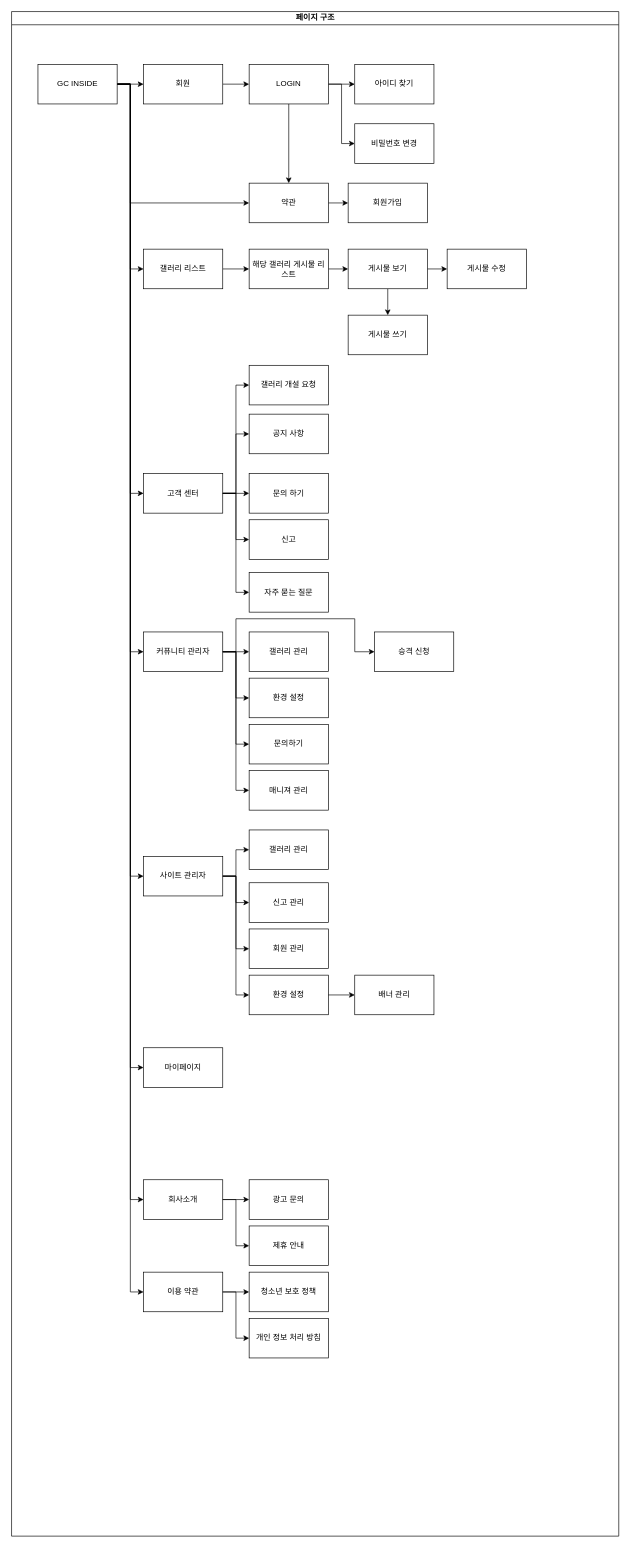
Above: basic_IA.drawio in hochmun/3th_team_project (draw.io), before the change. Source tidied: cells renumbered, new cells numbered last; positions are measured from the earlier drawing's top-left corner, leaving out a move shared by most shapes. Both pictures are drawn from the tidied source at 66%, with x=0, y=0 at pixel (11, 11).
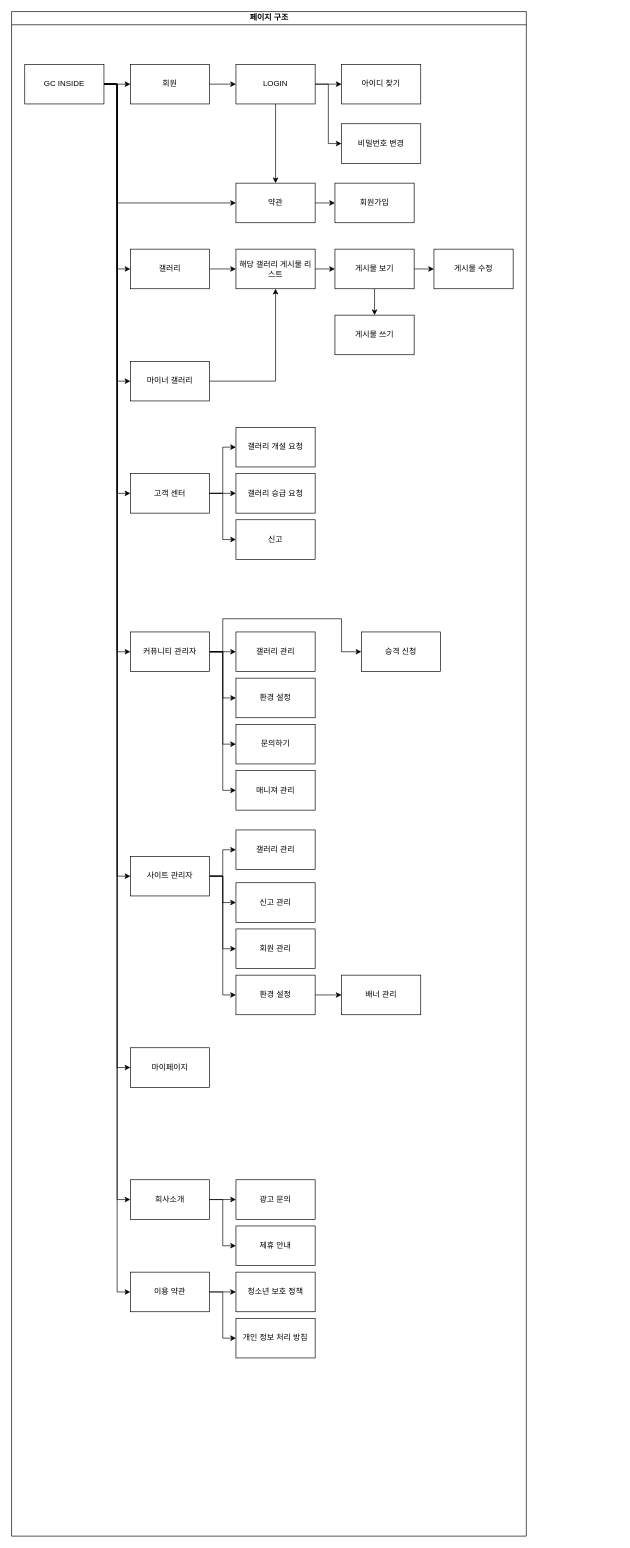
The same diagram, later.

What changed in the source:
```diff
@@
     <mxCell id="2" value="페이지 구조" style="swimlane;html=1;startSize=20;horizontal=1;containerType=tree;glass=0;fillStyle=auto;labelBackgroundColor=#FFFFFF;fontColor=default;labelBorderColor=none;rounded=0;" parent="1" vertex="1">
-      <mxGeometry width="920" height="2310" as="geometry" />
+      <mxGeometry width="780" height="2310" as="geometry" />
     </mxCell>
@@
     <mxCell id="4" style="edgeStyle=orthogonalEdgeStyle;rounded=0;jettySize=auto;html=1;exitX=1;exitY=0.5;exitDx=0;exitDy=0;entryX=0;entryY=0.5;entryDx=0;entryDy=0;" parent="2" edge="1" source="11" target="19">
       <mxGeometry relative="1" as="geometry">
         <Array as="points">
-          <mxPoint x="180" y="110" />
-          <mxPoint x="180" y="290" />
+          <mxPoint x="160" y="110" />
+          <mxPoint x="160" y="290" />
         </Array>
       </mxGeometry>
     </mxCell>
@@
     <mxCell id="6" style="edgeStyle=orthogonalEdgeStyle;rounded=0;jettySize=auto;html=1;exitX=1;exitY=0.5;exitDx=0;exitDy=0;entryX=0;entryY=0.5;entryDx=0;entryDy=0;" parent="2" edge="1" source="11" target="34">
       <mxGeometry relative="1" as="geometry">
         <Array as="points">
-          <mxPoint x="180" y="110" />
-          <mxPoint x="180" y="730" />
+          <mxPoint x="160" y="110" />
+          <mxPoint x="160" y="730" />
         </Array>
       </mxGeometry>
     </mxCell>
     <mxCell id="7" style="edgeStyle=orthogonalEdgeStyle;rounded=0;jettySize=auto;html=1;exitX=1;exitY=0.5;exitDx=0;exitDy=0;entryX=0;entryY=0.5;entryDx=0;entryDy=0;" parent="2" edge="1" source="11" target="32">
       <mxGeometry relative="1" as="geometry">
         <Array as="points">
-          <mxPoint x="180" y="110" />
-          <mxPoint x="180" y="1800" />
+          <mxPoint x="160" y="110" />
+          <mxPoint x="160" y="1800" />
         </Array>
       </mxGeometry>
     </mxCell>
     <mxCell id="8" style="edgeStyle=orthogonalEdgeStyle;rounded=0;jettySize=auto;html=1;exitX=1;exitY=0.5;exitDx=0;exitDy=0;entryX=0;entryY=0.5;entryDx=0;entryDy=0;" parent="2" edge="1" source="11" target="35">
       <mxGeometry relative="1" as="geometry">
         <Array as="points">
-          <mxPoint x="180" y="110" />
-          <mxPoint x="180" y="1940" />
+          <mxPoint x="160" y="110" />
+          <mxPoint x="160" y="1940" />
         </Array>
       </mxGeometry>
     </mxCell>
     <mxCell id="9" style="edgeStyle=orthogonalEdgeStyle;rounded=0;jettySize=auto;html=1;exitX=1;exitY=0.5;exitDx=0;exitDy=0;entryX=0;entryY=0.5;entryDx=0;entryDy=0;" parent="2" edge="1" source="11" target="42">
       <mxGeometry relative="1" as="geometry">
         <Array as="points">
-          <mxPoint x="180" y="110" />
-          <mxPoint x="180" y="970" />
+          <mxPoint x="160" y="110" />
+          <mxPoint x="160" y="970" />
         </Array>
       </mxGeometry>
     </mxCell>
     <mxCell id="10" style="edgeStyle=orthogonalEdgeStyle;rounded=0;jettySize=auto;html=1;exitX=1;exitY=0.5;exitDx=0;exitDy=0;entryX=0;entryY=0.5;entryDx=0;entryDy=0;" parent="2" edge="1" source="11" target="45">
       <mxGeometry relative="1" as="geometry">
         <Array as="points">
-          <mxPoint x="180" y="110" />
-          <mxPoint x="180" y="1310" />
+          <mxPoint x="160" y="110" />
+          <mxPoint x="160" y="1310" />
         </Array>
       </mxGeometry>
     </mxCell>
+    <mxCell id="77" style="edgeStyle=orthogonalEdgeStyle;rounded=0;jettySize=auto;html=1;exitX=1;exitY=0.5;exitDx=0;exitDy=0;entryX=0;entryY=0.5;entryDx=0;entryDy=0;" parent="2" edge="1" source="11" target="81">
+      <mxGeometry relative="1" as="geometry" />
+    </mxCell>
     <mxCell id="11" value="GC INSIDE" style="rounded=0;whiteSpace=wrap;html=1;" parent="2" vertex="1">
-      <mxGeometry x="40" y="80" width="120" height="60" as="geometry" />
+      <mxGeometry x="20" y="80" width="120" height="60" as="geometry" />
     </mxCell>
@@
     <mxCell id="13" value="회원" style="rounded=0;whiteSpace=wrap;html=1;" parent="2" vertex="1">
-      <mxGeometry x="200" y="80" width="120" height="60" as="geometry" />
+      <mxGeometry x="180" y="80" width="120" height="60" as="geometry" />
     </mxCell>
@@
     <mxCell id="17" value="LOGIN" style="rounded=0;whiteSpace=wrap;html=1;" parent="2" vertex="1">
-      <mxGeometry x="360" y="80" width="120" height="60" as="geometry" />
+      <mxGeometry x="340" y="80" width="120" height="60" as="geometry" />
     </mxCell>
@@
     <mxCell id="19" value="약관" style="rounded=0;whiteSpace=wrap;html=1;" parent="2" vertex="1">
-      <mxGeometry x="360" y="260" width="120" height="60" as="geometry" />
+      <mxGeometry x="340" y="260" width="120" height="60" as="geometry" />
     </mxCell>
     <mxCell id="20" value="회원가입" style="rounded=0;whiteSpace=wrap;html=1;" parent="2" vertex="1">
-      <mxGeometry x="510" y="260" width="120" height="60" as="geometry" />
+      <mxGeometry x="490" y="260" width="120" height="60" as="geometry" />
     </mxCell>
     <mxCell id="21" value="아이디 찾기" style="rounded=0;whiteSpace=wrap;html=1;" parent="2" vertex="1">
-      <mxGeometry x="520" y="80" width="120" height="60" as="geometry" />
+      <mxGeometry x="500" y="80" width="120" height="60" as="geometry" />
     </mxCell>
     <mxCell id="22" value="비밀번호 변경" style="rounded=0;whiteSpace=wrap;html=1;" parent="2" vertex="1">
-      <mxGeometry x="520" y="170" width="120" height="60" as="geometry" />
+      <mxGeometry x="500" y="170" width="120" height="60" as="geometry" />
     </mxCell>
@@
-    <mxCell id="24" value="갤러리 리스트" style="rounded=0;whiteSpace=wrap;html=1;" parent="2" vertex="1">
-      <mxGeometry x="200" y="360" width="120" height="60" as="geometry" />
+    <mxCell id="24" value="갤러리" style="rounded=0;whiteSpace=wrap;html=1;" parent="2" vertex="1">
+      <mxGeometry x="180" y="360" width="120" height="60" as="geometry" />
     </mxCell>
@@
     <mxCell id="26" value="해당 갤러리 게시물 리스트" style="rounded=0;whiteSpace=wrap;html=1;" parent="2" vertex="1">
-      <mxGeometry x="360" y="360" width="120" height="60" as="geometry" />
+      <mxGeometry x="340" y="360" width="120" height="60" as="geometry" />
     </mxCell>
@@
     <mxCell id="29" value="게시물 보기" style="rounded=0;whiteSpace=wrap;html=1;" parent="2" vertex="1">
-      <mxGeometry x="510" y="360" width="120" height="60" as="geometry" />
+      <mxGeometry x="490" y="360" width="120" height="60" as="geometry" />
     </mxCell>
     <mxCell id="30" value="게시물 수정" style="rounded=0;whiteSpace=wrap;html=1;" parent="2" vertex="1">
-      <mxGeometry x="660" y="360" width="120" height="60" as="geometry" />
+      <mxGeometry x="640" y="360" width="120" height="60" as="geometry" />
     </mxCell>
     <mxCell id="31" value="게시물 쓰기" style="rounded=0;whiteSpace=wrap;html=1;" parent="2" vertex="1">
-      <mxGeometry x="510" y="460" width="120" height="60" as="geometry" />
+      <mxGeometry x="490" y="460" width="120" height="60" as="geometry" />
     </mxCell>
     <mxCell id="32" value="회사소개" style="rounded=0;whiteSpace=wrap;html=1;" parent="2" vertex="1">
-      <mxGeometry x="200" y="1770" width="120" height="60" as="geometry" />
+      <mxGeometry x="180" y="1770" width="120" height="60" as="geometry" />
     </mxCell>
-    <mxCell id="33" style="edgeStyle=orthogonalEdgeStyle;rounded=0;jettySize=auto;html=1;exitX=1;exitY=0.5;exitDx=0;exitDy=0;entryX=0;entryY=0.5;entryDx=0;entryDy=0;" parent="2" edge="1" source="34" target="37">
-      <mxGeometry relative="1" as="geometry" />
-    </mxCell>
+    <mxCell id="78" style="edgeStyle=orthogonalEdgeStyle;rounded=0;jettySize=auto;html=1;exitX=1;exitY=0.5;exitDx=0;exitDy=0;entryX=0;entryY=0.5;entryDx=0;entryDy=0;" parent="2" edge="1" source="34" target="79">
+      <mxGeometry relative="1" as="geometry" />
+    </mxCell>
     <mxCell id="34" value="고객 센터" style="rounded=0;whiteSpace=wrap;html=1;" parent="2" vertex="1">
-      <mxGeometry x="200" y="700" width="120" height="60" as="geometry" />
+      <mxGeometry x="180" y="700" width="120" height="60" as="geometry" />
     </mxCell>
     <mxCell id="35" value="이용 약관" style="rounded=0;whiteSpace=wrap;html=1;" parent="2" vertex="1">
-      <mxGeometry x="200" y="1910" width="120" height="60" as="geometry" />
+      <mxGeometry x="180" y="1910" width="120" height="60" as="geometry" />
     </mxCell>
-    <mxCell id="36" style="edgeStyle=orthogonalEdgeStyle;rounded=0;jettySize=auto;html=1;entryX=0;entryY=0.5;entryDx=0;entryDy=0;exitX=1;exitY=0.5;exitDx=0;exitDy=0;" parent="2" edge="1" source="34" target="39">
-      <mxGeometry relative="1" as="geometry" />
-    </mxCell>
-    <mxCell id="37" value="문의 하기" style="rounded=0;whiteSpace=wrap;html=1;" parent="2" vertex="1">
-      <mxGeometry x="360" y="700" width="120" height="60" as="geometry" />
-    </mxCell>
-    <mxCell id="38" style="edgeStyle=orthogonalEdgeStyle;rounded=0;jettySize=auto;html=1;entryX=0;entryY=0.5;entryDx=0;entryDy=0;exitX=1;exitY=0.5;exitDx=0;exitDy=0;" parent="2" edge="1" source="34" target="40">
-      <mxGeometry relative="1" as="geometry" />
-    </mxCell>
-    <mxCell id="39" value="공지 사항" style="rounded=0;whiteSpace=wrap;html=1;" parent="2" vertex="1">
-      <mxGeometry x="360" y="610" width="120" height="60" as="geometry" />
-    </mxCell>
-    <mxCell id="40" value="자주 묻는 질문" style="rounded=0;whiteSpace=wrap;html=1;" parent="2" vertex="1">
-      <mxGeometry x="360" y="850" width="120" height="60" as="geometry" />
-    </mxCell>
@@
     <mxCell id="42" value="커퓨니티 관리자" style="rounded=0;whiteSpace=wrap;html=1;" parent="2" vertex="1">
-      <mxGeometry x="200" y="940" width="120" height="60" as="geometry" />
+      <mxGeometry x="180" y="940" width="120" height="60" as="geometry" />
     </mxCell>
     <mxCell id="43" value="갤러리 관리" style="rounded=0;whiteSpace=wrap;html=1;" parent="2" vertex="1">
-      <mxGeometry x="360" y="940" width="120" height="60" as="geometry" />
+      <mxGeometry x="340" y="940" width="120" height="60" as="geometry" />
     </mxCell>
@@
     <mxCell id="45" value="사이트 관리자" style="rounded=0;whiteSpace=wrap;html=1;" parent="2" vertex="1">
-      <mxGeometry x="200" y="1280" width="120" height="60" as="geometry" />
+      <mxGeometry x="180" y="1280" width="120" height="60" as="geometry" />
     </mxCell>
     <mxCell id="46" value="갤러리 관리" style="rounded=0;whiteSpace=wrap;html=1;" parent="2" vertex="1">
-      <mxGeometry x="360" y="1240" width="120" height="60" as="geometry" />
+      <mxGeometry x="340" y="1240" width="120" height="60" as="geometry" />
     </mxCell>
@@
     <mxCell id="48" value="광고 문의" style="rounded=0;whiteSpace=wrap;html=1;" parent="2" vertex="1">
-      <mxGeometry x="360" y="1770" width="120" height="60" as="geometry" />
+      <mxGeometry x="340" y="1770" width="120" height="60" as="geometry" />
     </mxCell>
@@
     <mxCell id="50" value="제휴 안내" style="rounded=0;whiteSpace=wrap;html=1;" parent="2" vertex="1">
-      <mxGeometry x="360" y="1840" width="120" height="60" as="geometry" />
+      <mxGeometry x="340" y="1840" width="120" height="60" as="geometry" />
     </mxCell>
@@
     <mxCell id="52" value="청소년 보호 정책" style="rounded=0;whiteSpace=wrap;html=1;" parent="2" vertex="1">
-      <mxGeometry x="360" y="1910" width="120" height="60" as="geometry" />
+      <mxGeometry x="340" y="1910" width="120" height="60" as="geometry" />
     </mxCell>
@@
     <mxCell id="54" value="개인 정보 처리 방침" style="rounded=0;whiteSpace=wrap;html=1;" parent="2" vertex="1">
-      <mxGeometry x="360" y="1980" width="120" height="60" as="geometry" />
+      <mxGeometry x="340" y="1980" width="120" height="60" as="geometry" />
     </mxCell>
@@
     <mxCell id="56" value="환경 설정" style="rounded=0;whiteSpace=wrap;html=1;" parent="2" vertex="1">
-      <mxGeometry x="360" y="1010" width="120" height="60" as="geometry" />
+      <mxGeometry x="340" y="1010" width="120" height="60" as="geometry" />
     </mxCell>
@@
     <mxCell id="58" value="문의하기" style="rounded=0;whiteSpace=wrap;html=1;" parent="2" vertex="1">
-      <mxGeometry x="360" y="1080" width="120" height="60" as="geometry" />
+      <mxGeometry x="340" y="1080" width="120" height="60" as="geometry" />
     </mxCell>
@@
     <mxCell id="60" value="신고 관리" style="rounded=0;whiteSpace=wrap;html=1;" parent="2" vertex="1">
-      <mxGeometry x="360" y="1320" width="120" height="60" as="geometry" />
+      <mxGeometry x="340" y="1320" width="120" height="60" as="geometry" />
     </mxCell>
@@
     <mxCell id="62" value="신고" style="rounded=0;whiteSpace=wrap;html=1;" parent="2" vertex="1">
-      <mxGeometry x="360" y="770" width="120" height="60" as="geometry" />
+      <mxGeometry x="340" y="770" width="120" height="60" as="geometry" />
     </mxCell>
@@
     <mxCell id="64" value="매니져 관리" style="rounded=0;whiteSpace=wrap;html=1;" parent="2" vertex="1">
-      <mxGeometry x="360" y="1150" width="120" height="60" as="geometry" />
+      <mxGeometry x="340" y="1150" width="120" height="60" as="geometry" />
     </mxCell>
@@
     <mxCell id="66" value="회원 관리" style="rounded=0;whiteSpace=wrap;html=1;" parent="2" vertex="1">
-      <mxGeometry x="360" y="1390" width="120" height="60" as="geometry" />
+      <mxGeometry x="340" y="1390" width="120" height="60" as="geometry" />
     </mxCell>
@@
     <mxCell id="68" value="환경 설정" style="rounded=0;whiteSpace=wrap;html=1;" parent="2" vertex="1">
-      <mxGeometry x="360" y="1460" width="120" height="60" as="geometry" />
+      <mxGeometry x="340" y="1460" width="120" height="60" as="geometry" />
     </mxCell>
@@
     <mxCell id="70" value="배너 관리" style="rounded=0;whiteSpace=wrap;html=1;" parent="2" vertex="1">
-      <mxGeometry x="520" y="1460" width="120" height="60" as="geometry" />
+      <mxGeometry x="500" y="1460" width="120" height="60" as="geometry" />
     </mxCell>
     <mxCell id="71" style="edgeStyle=orthogonalEdgeStyle;rounded=0;jettySize=auto;html=1;entryX=0;entryY=0.5;entryDx=0;entryDy=0;" parent="2" edge="1" source="11" target="72">
       <mxGeometry relative="1" as="geometry">
         <Array as="points">
-          <mxPoint x="180" y="110" />
-          <mxPoint x="180" y="1600" />
+          <mxPoint x="160" y="110" />
+          <mxPoint x="160" y="1600" />
         </Array>
       </mxGeometry>
     </mxCell>
     <mxCell id="72" value="마이페이지" style="rounded=0;whiteSpace=wrap;html=1;" parent="2" vertex="1">
-      <mxGeometry x="200" y="1570" width="120" height="60" as="geometry" />
+      <mxGeometry x="180" y="1570" width="120" height="60" as="geometry" />
     </mxCell>
@@
     <mxCell id="74" value="갤러리 개설 요청" style="rounded=0;whiteSpace=wrap;html=1;" parent="2" vertex="1">
-      <mxGeometry x="360" y="536" width="120" height="60" as="geometry" />
+      <mxGeometry x="340" y="630" width="120" height="60" as="geometry" />
     </mxCell>
     <mxCell id="75" style="edgeStyle=orthogonalEdgeStyle;rounded=0;jettySize=auto;html=1;exitX=1;exitY=0.5;exitDx=0;exitDy=0;entryX=0;entryY=0.5;entryDx=0;entryDy=0;" parent="2" edge="1" source="42" target="76">
       <mxGeometry relative="1" as="geometry">
         <Array as="points">
-          <mxPoint x="340" y="970" />
-          <mxPoint x="340" y="920" />
-          <mxPoint x="520" y="920" />
-          <mxPoint x="520" y="970" />
+          <mxPoint x="320" y="970" />
+          <mxPoint x="320" y="920" />
+          <mxPoint x="500" y="920" />
+          <mxPoint x="500" y="970" />
         </Array>
       </mxGeometry>
     </mxCell>
     <mxCell id="76" value="승격 신청" style="rounded=0;whiteSpace=wrap;html=1;" parent="2" vertex="1">
-      <mxGeometry x="550" y="940" width="120" height="60" as="geometry" />
+      <mxGeometry x="530" y="940" width="120" height="60" as="geometry" />
     </mxCell>
+    <mxCell id="79" value="갤러리 승급 요청" style="rounded=0;whiteSpace=wrap;html=1;" parent="2" vertex="1">
+      <mxGeometry x="340" y="700" width="120" height="60" as="geometry" />
+    </mxCell>
+    <mxCell id="80" style="edgeStyle=orthogonalEdgeStyle;rounded=0;jettySize=auto;html=1;exitX=1;exitY=0.5;exitDx=0;exitDy=0;entryX=0.5;entryY=1;entryDx=0;entryDy=0;" parent="2" edge="1" source="81" target="26">
+      <mxGeometry relative="1" as="geometry" />
+    </mxCell>
+    <mxCell id="81" value="마이너 갤러리" style="rounded=0;whiteSpace=wrap;html=1;" parent="2" vertex="1">
+      <mxGeometry x="180" y="530" width="120" height="60" as="geometry" />
+    </mxCell>
```
